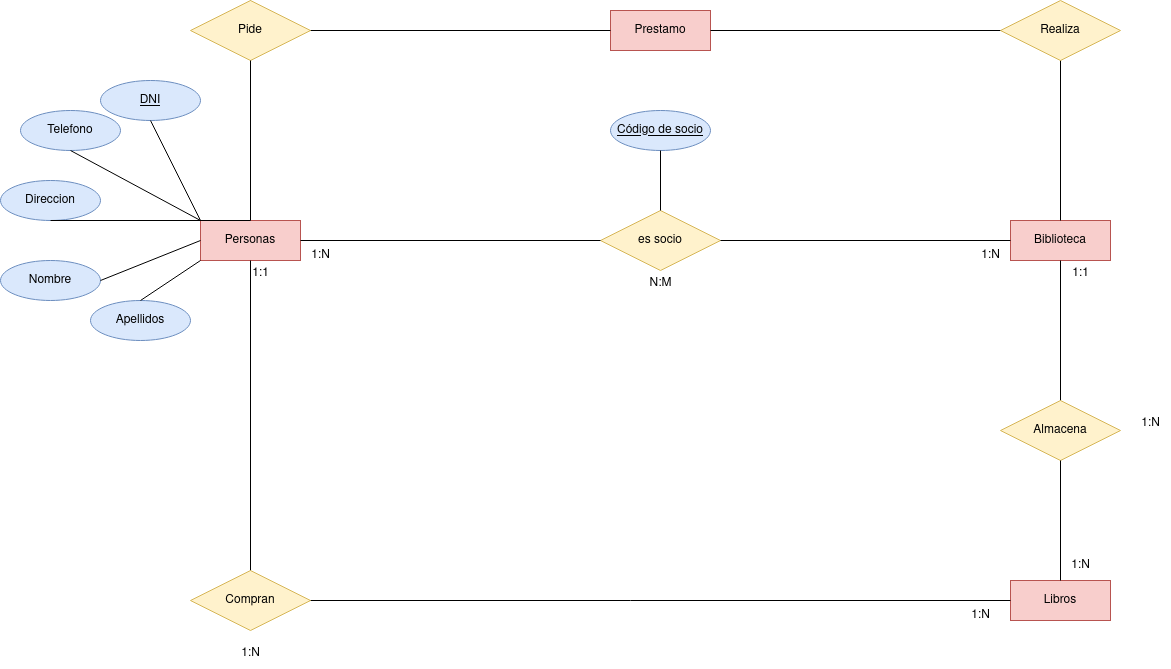
Earlier version of the draw.io export Unidad-1/Tareas/Tarea-6/Ejercicio7.drawio.png (DavidRiccio/base-datos). Source tidied: cells renumbered, new cells last; positions are measured from the earlier drawing's top-left corner, leaving out a move shared by most shapes.
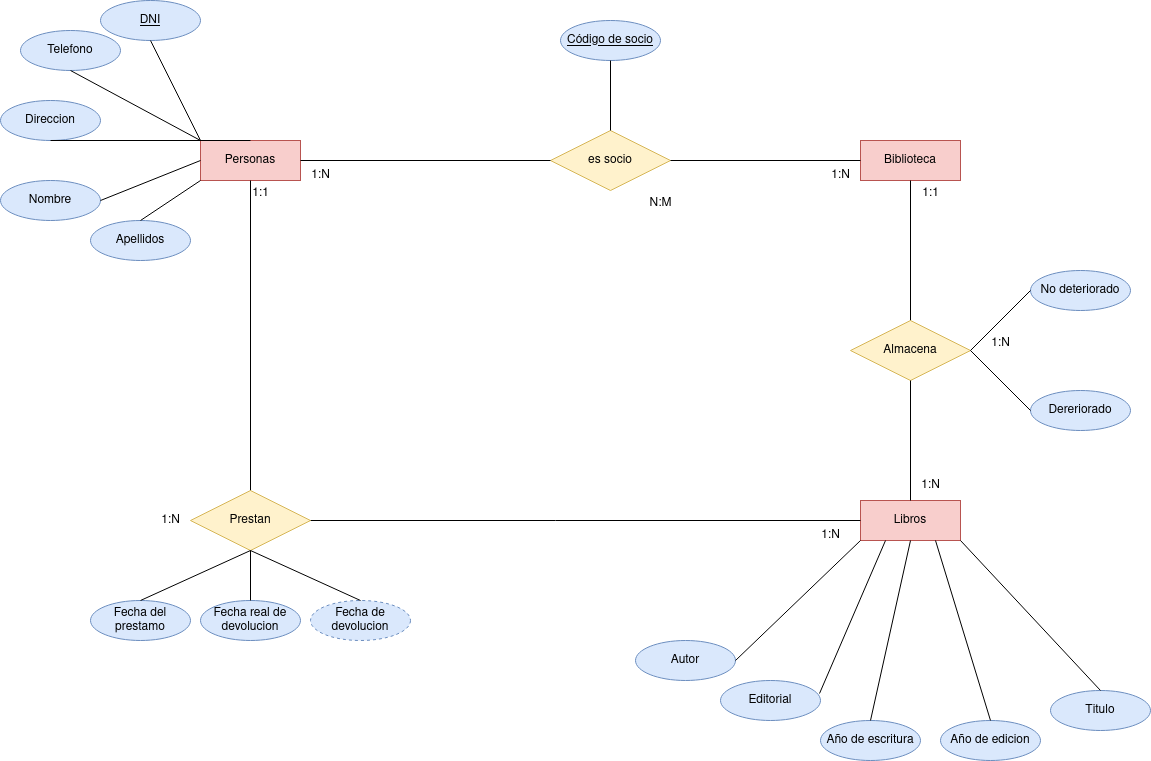
After the commit.

What changed in the source:
```diff
@@ -6,7 +6,7 @@
       <mxGeometry x="200" y="220" width="100" height="40" as="geometry" />
     </mxCell>
     <mxCell id="3" value="Biblioteca" style="whiteSpace=wrap;html=1;align=center;fillColor=#f8cecc;strokeColor=#b85450;" parent="1" vertex="1">
-      <mxGeometry x="1010" y="220" width="100" height="40" as="geometry" />
+      <mxGeometry x="860" y="220" width="100" height="40" as="geometry" />
     </mxCell>
     <mxCell id="4" value="DNI" style="ellipse;whiteSpace=wrap;html=1;align=center;fontStyle=4;fillColor=#dae8fc;strokeColor=#6c8ebf;" parent="1" vertex="1">
       <mxGeometry x="100" y="80" width="100" height="40" as="geometry" />
@@ -15,7 +15,7 @@
       <mxGeometry y="260" width="100" height="40" as="geometry" />
     </mxCell>
     <mxCell id="6" value="es socio" style="shape=rhombus;perimeter=rhombusPerimeter;whiteSpace=wrap;html=1;align=center;fillColor=#fff2cc;strokeColor=#d6b656;" parent="1" vertex="1">
-      <mxGeometry x="600" y="210" width="120" height="60" as="geometry" />
+      <mxGeometry x="550" y="210" width="120" height="60" as="geometry" />
     </mxCell>
     <mxCell id="7" style="endArrow=none;html=1;rounded=0;exitX=1;exitY=0.5;exitDx=0;exitDy=0;entryX=0;entryY=0.5;entryDx=0;entryDy=0;" parent="1" edge="1" source="2" target="6">
       <mxGeometry relative="1" as="geometry" />
@@ -42,21 +42,21 @@
       <mxGeometry relative="1" as="geometry" />
     </mxCell>
     <mxCell id="15" value="Código de socio" style="ellipse;whiteSpace=wrap;html=1;align=center;fontStyle=4;fillColor=#dae8fc;strokeColor=#6c8ebf;" parent="1" vertex="1">
-      <mxGeometry x="610" y="110" width="100" height="40" as="geometry" />
+      <mxGeometry x="560" y="100" width="100" height="40" as="geometry" />
     </mxCell>
     <mxCell id="16" style="endArrow=none;html=1;rounded=0;exitX=0.5;exitY=1;exitDx=0;exitDy=0;entryX=0.5;entryY=0;entryDx=0;entryDy=0;" parent="1" edge="1" source="15" target="6">
       <mxGeometry relative="1" as="geometry" />
     </mxCell>
     <mxCell id="17" style="endArrow=none;html=1;rounded=0;entryX=0.5;entryY=1;entryDx=0;entryDy=0;" parent="1" edge="1" target="3">
       <mxGeometry relative="1" as="geometry">
-        <mxPoint x="1060" y="430" as="sourcePoint" />
+        <mxPoint x="910" y="430" as="sourcePoint" />
       </mxGeometry>
     </mxCell>
     <mxCell id="18" value="Almacena" style="shape=rhombus;perimeter=rhombusPerimeter;whiteSpace=wrap;html=1;align=center;fillColor=#fff2cc;strokeColor=#d6b656;" parent="1" vertex="1">
-      <mxGeometry x="1000" y="400" width="120" height="60" as="geometry" />
+      <mxGeometry x="850" y="400" width="120" height="60" as="geometry" />
     </mxCell>
     <mxCell id="19" value="Libros" style="whiteSpace=wrap;html=1;align=center;fillColor=#f8cecc;strokeColor=#b85450;" parent="1" vertex="1">
-      <mxGeometry x="1010" y="580" width="100" height="40" as="geometry" />
+      <mxGeometry x="860" y="580" width="100" height="40" as="geometry" />
     </mxCell>
     <mxCell id="20" style="endArrow=none;html=1;rounded=0;entryX=0.5;entryY=0;entryDx=0;entryDy=0;exitX=0.5;exitY=1;exitDx=0;exitDy=0;" parent="1" edge="1" source="18" target="19">
       <mxGeometry relative="1" as="geometry" />
@@ -68,11 +68,11 @@
         </Array>
       </mxGeometry>
     </mxCell>
-    <mxCell id="22" value="Compran" style="shape=rhombus;perimeter=rhombusPerimeter;whiteSpace=wrap;html=1;align=center;fillColor=#fff2cc;strokeColor=#d6b656;" parent="1" vertex="1">
+    <mxCell id="22" value="Prestan " style="shape=rhombus;perimeter=rhombusPerimeter;whiteSpace=wrap;html=1;align=center;fillColor=#fff2cc;strokeColor=#d6b656;" parent="1" vertex="1">
       <mxGeometry x="190" y="570" width="120" height="60" as="geometry" />
     </mxCell>
     <mxCell id="23" value="1:N" style="text;html=1;align=center;verticalAlign=middle;strokeColor=none;fillColor=none;" parent="1" vertex="1">
-      <mxGeometry x="970" y="240" width="40" height="30" as="geometry" />
+      <mxGeometry x="820" y="240" width="40" height="30" as="geometry" />
     </mxCell>
     <mxCell id="24" value="1:N" style="text;html=1;align=center;verticalAlign=middle;strokeColor=none;fillColor=none;" parent="1" vertex="1">
       <mxGeometry x="300" y="240" width="40" height="30" as="geometry" />
@@ -81,54 +81,88 @@
       <mxGeometry x="635" y="268" width="50" height="30" as="geometry" />
     </mxCell>
     <mxCell id="26" value="1:N" style="text;html=1;align=center;verticalAlign=middle;strokeColor=none;fillColor=none;" parent="1" vertex="1">
-      <mxGeometry x="1060" y="550" width="40" height="30" as="geometry" />
+      <mxGeometry x="910" y="550" width="40" height="30" as="geometry" />
     </mxCell>
     <mxCell id="27" value="1:1" style="text;html=1;align=center;verticalAlign=middle;strokeColor=none;fillColor=none;" parent="1" vertex="1">
-      <mxGeometry x="1060" y="258" width="40" height="30" as="geometry" />
+      <mxGeometry x="910" y="258" width="40" height="30" as="geometry" />
     </mxCell>
     <mxCell id="28" value="1:N" style="text;html=1;align=center;verticalAlign=middle;strokeColor=none;fillColor=none;" parent="1" vertex="1">
-      <mxGeometry x="1130" y="408" width="40" height="30" as="geometry" />
+      <mxGeometry x="980" y="408" width="40" height="30" as="geometry" />
     </mxCell>
     <mxCell id="29" value="1:1" style="text;html=1;align=center;verticalAlign=middle;strokeColor=none;fillColor=none;" parent="1" vertex="1">
       <mxGeometry x="240" y="258" width="40" height="30" as="geometry" />
     </mxCell>
     <mxCell id="30" value="1:N" style="text;html=1;align=center;verticalAlign=middle;strokeColor=none;fillColor=none;" parent="1" vertex="1">
-      <mxGeometry x="960" y="600" width="40" height="30" as="geometry" />
+      <mxGeometry x="810" y="600" width="40" height="30" as="geometry" />
     </mxCell>
     <mxCell id="31" value="1:N" style="text;html=1;align=center;verticalAlign=middle;strokeColor=none;fillColor=none;" parent="1" vertex="1">
-      <mxGeometry x="230" y="638" width="40" height="30" as="geometry" />
+      <mxGeometry x="150" y="585" width="40" height="30" as="geometry" />
     </mxCell>
-    <mxCell id="32" value="Prestamo" style="whiteSpace=wrap;html=1;align=center;fillColor=#f8cecc;strokeColor=#b85450;" parent="1" vertex="1">
-      <mxGeometry x="610" y="10" width="100" height="40" as="geometry" />
-    </mxCell>
-    <mxCell id="33" style="endArrow=none;html=1;rounded=0;exitX=0.5;exitY=0;exitDx=0;exitDy=0;entryX=0;entryY=0.5;entryDx=0;entryDy=0;" parent="1" edge="1" source="38" target="32">
-      <mxGeometry relative="1" as="geometry">
-        <Array as="points">
-          <mxPoint x="250" y="30" />
-        </Array>
-      </mxGeometry>
-    </mxCell>
     <mxCell id="34" style="endArrow=none;html=1;rounded=0;exitX=1;exitY=0.5;exitDx=0;exitDy=0;entryX=0;entryY=0.5;entryDx=0;entryDy=0;" parent="1" edge="1" source="5" target="2">
       <mxGeometry relative="1" as="geometry" />
     </mxCell>
     <mxCell id="35" style="endArrow=none;html=1;rounded=0;exitX=0.5;exitY=0;exitDx=0;exitDy=0;entryX=0;entryY=1;entryDx=0;entryDy=0;" parent="1" edge="1" source="10" target="2">
       <mxGeometry relative="1" as="geometry" />
     </mxCell>
-    <mxCell id="36" style="endArrow=none;html=1;rounded=0;entryX=0.5;entryY=0;entryDx=0;entryDy=0;exitX=1;exitY=0.5;exitDx=0;exitDy=0;" parent="1" edge="1" source="32" target="3">
-      <mxGeometry relative="1" as="geometry">
-        <Array as="points">
-          <mxPoint x="1060" y="30" />
-        </Array>
-      </mxGeometry>
-    </mxCell>
-    <mxCell id="37" value="Realiza" style="shape=rhombus;perimeter=rhombusPerimeter;whiteSpace=wrap;html=1;align=center;fillColor=#fff2cc;strokeColor=#d6b656;" parent="1" vertex="1">
-      <mxGeometry x="1000" width="120" height="60" as="geometry" />
-    </mxCell>
-    <mxCell id="38" value="Pide" style="shape=rhombus;perimeter=rhombusPerimeter;whiteSpace=wrap;html=1;align=center;fillColor=#fff2cc;strokeColor=#d6b656;" parent="1" vertex="1">
-      <mxGeometry x="190" width="120" height="60" as="geometry" />
-    </mxCell>
-    <mxCell id="39" style="endArrow=none;html=1;rounded=0;exitX=0.5;exitY=0;exitDx=0;exitDy=0;entryX=0.5;entryY=1;entryDx=0;entryDy=0;" parent="1" edge="1" source="2" target="38">
-      <mxGeometry relative="1" as="geometry" />
-    </mxCell>
+    <mxCell id="40" value="Autor" style="ellipse;whiteSpace=wrap;html=1;align=center;fillColor=#dae8fc;strokeColor=#6c8ebf;" parent="1" vertex="1">
+      <mxGeometry x="635" y="720" width="100" height="40" as="geometry" />
+    </mxCell>
+    <mxCell id="41" value="Año de escritura" style="ellipse;whiteSpace=wrap;html=1;align=center;fillColor=#dae8fc;strokeColor=#6c8ebf;" parent="1" vertex="1">
+      <mxGeometry x="820" y="800" width="100" height="40" as="geometry" />
+    </mxCell>
+    <mxCell id="42" value="Editorial" style="ellipse;whiteSpace=wrap;html=1;align=center;fillColor=#dae8fc;strokeColor=#6c8ebf;" parent="1" vertex="1">
+      <mxGeometry x="720" y="760" width="100" height="40" as="geometry" />
+    </mxCell>
+    <mxCell id="43" value="Titulo" style="ellipse;whiteSpace=wrap;html=1;align=center;fillColor=#dae8fc;strokeColor=#6c8ebf;" parent="1" vertex="1">
+      <mxGeometry x="1050" y="770" width="100" height="40" as="geometry" />
+    </mxCell>
+    <mxCell id="44" value="Año de edicion" style="ellipse;whiteSpace=wrap;html=1;align=center;fillColor=#dae8fc;strokeColor=#6c8ebf;" parent="1" vertex="1">
+      <mxGeometry x="940" y="800" width="100" height="40" as="geometry" />
+    </mxCell>
+    <mxCell id="45" style="endArrow=none;html=1;rounded=0;entryX=0;entryY=1;entryDx=0;entryDy=0;exitX=1;exitY=0.5;exitDx=0;exitDy=0;" parent="1" edge="1" source="40" target="19">
+      <mxGeometry relative="1" as="geometry" />
+    </mxCell>
+    <mxCell id="46" style="endArrow=none;html=1;rounded=0;entryX=0.25;entryY=1;entryDx=0;entryDy=0;exitX=0.99;exitY=0.325;exitDx=0;exitDy=0;exitPerimeter=0;" parent="1" edge="1" source="42" target="19">
+      <mxGeometry relative="1" as="geometry" />
+    </mxCell>
+    <mxCell id="47" style="endArrow=none;html=1;rounded=0;entryX=0.5;entryY=1;entryDx=0;entryDy=0;exitX=0.5;exitY=0;exitDx=0;exitDy=0;" parent="1" edge="1" source="41" target="19">
+      <mxGeometry relative="1" as="geometry" />
+    </mxCell>
+    <mxCell id="48" style="endArrow=none;html=1;rounded=0;entryX=0.5;entryY=0;entryDx=0;entryDy=0;exitX=0.75;exitY=1;exitDx=0;exitDy=0;" parent="1" edge="1" source="19" target="44">
+      <mxGeometry relative="1" as="geometry" />
+    </mxCell>
+    <mxCell id="49" style="endArrow=none;html=1;rounded=0;entryX=0.5;entryY=0;entryDx=0;entryDy=0;exitX=1;exitY=1;exitDx=0;exitDy=0;" parent="1" edge="1" source="19" target="43">
+      <mxGeometry relative="1" as="geometry" />
+    </mxCell>
+    <mxCell id="50" value="Fecha del prestamo " style="ellipse;whiteSpace=wrap;html=1;align=center;fillColor=#dae8fc;strokeColor=#6c8ebf;" parent="1" vertex="1">
+      <mxGeometry x="90" y="680" width="100" height="40" as="geometry" />
+    </mxCell>
+    <mxCell id="51" value="Fecha de devolucion" style="ellipse;whiteSpace=wrap;html=1;align=center;dashed=1;fillColor=#dae8fc;strokeColor=#6c8ebf;" parent="1" vertex="1">
+      <mxGeometry x="310" y="680" width="100" height="40" as="geometry" />
+    </mxCell>
+    <mxCell id="52" style="endArrow=none;html=1;rounded=0;exitX=0.5;exitY=0;exitDx=0;exitDy=0;entryX=0.5;entryY=1;entryDx=0;entryDy=0;" parent="1" edge="1" source="51" target="22">
+      <mxGeometry relative="1" as="geometry" />
+    </mxCell>
+    <mxCell id="53" style="endArrow=none;html=1;rounded=0;exitX=0.5;exitY=0;exitDx=0;exitDy=0;entryX=0.5;entryY=1;entryDx=0;entryDy=0;" parent="1" edge="1" source="50" target="22">
+      <mxGeometry relative="1" as="geometry" />
+    </mxCell>
+    <mxCell id="54" value="Dereriorado" style="ellipse;whiteSpace=wrap;html=1;align=center;fillColor=#dae8fc;strokeColor=#6c8ebf;" parent="1" vertex="1">
+      <mxGeometry x="1030" y="470" width="100" height="40" as="geometry" />
+    </mxCell>
+    <mxCell id="55" value="No deteriorado" style="ellipse;whiteSpace=wrap;html=1;align=center;fillColor=#dae8fc;strokeColor=#6c8ebf;" parent="1" vertex="1">
+      <mxGeometry x="1030" y="350" width="100" height="40" as="geometry" />
+    </mxCell>
+    <mxCell id="56" style="endArrow=none;html=1;rounded=0;entryX=0;entryY=0.5;entryDx=0;entryDy=0;exitX=1;exitY=0.5;exitDx=0;exitDy=0;" parent="1" edge="1" source="18" target="54">
+      <mxGeometry relative="1" as="geometry" />
+    </mxCell>
+    <mxCell id="57" style="endArrow=none;html=1;rounded=0;entryX=0;entryY=0.5;entryDx=0;entryDy=0;exitX=1;exitY=0.5;exitDx=0;exitDy=0;" parent="1" edge="1" source="18" target="55">
+      <mxGeometry relative="1" as="geometry" />
+    </mxCell>
+    <mxCell id="58" value="Fecha real de devolucion" style="ellipse;whiteSpace=wrap;html=1;align=center;fillColor=#dae8fc;strokeColor=#6c8ebf;" parent="1" vertex="1">
+      <mxGeometry x="200" y="680" width="100" height="40" as="geometry" />
+    </mxCell>
+    <mxCell id="59" style="endArrow=none;html=1;rounded=0;exitX=0.5;exitY=0;exitDx=0;exitDy=0;" parent="1" edge="1" source="58" target="22">
+      <mxGeometry relative="1" as="geometry" />
+    </mxCell>
   </root>
 </mxGraphModel>
```
